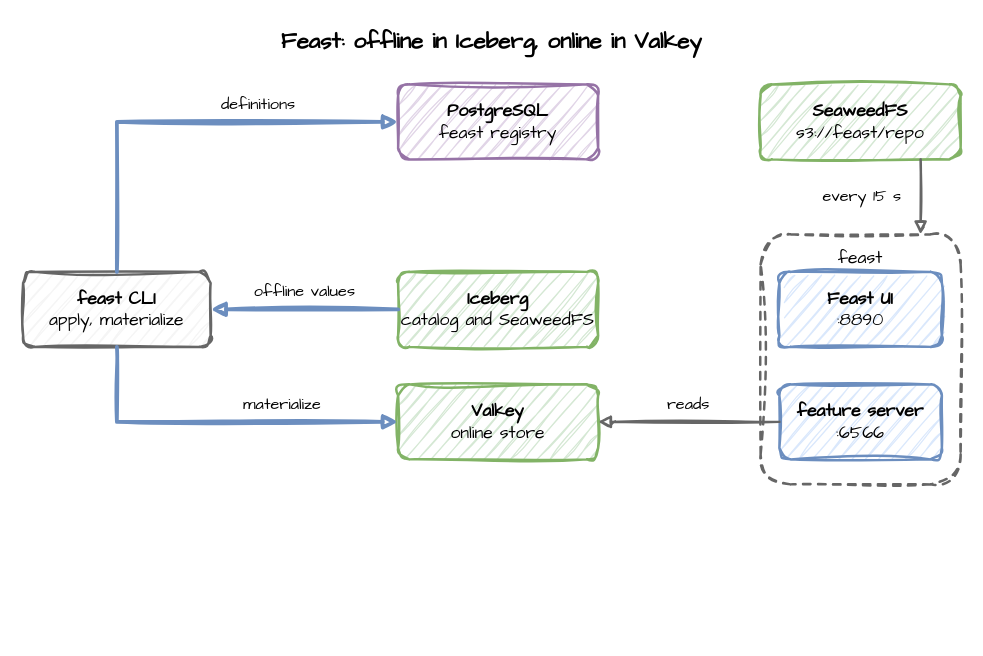
The draw.io diagram docs/assets/diagrams/path-feast.drawio in jaehyeon-kim/odctl, before the edit. Source tidied: cells renumbered, new cells numbered last; positions are measured from the earlier drawing's top-left corner, leaving out a move shared by most shapes. Both pictures are drawn from the tidied source at 125%, with x=0, y=0 at pixel (22, 21).
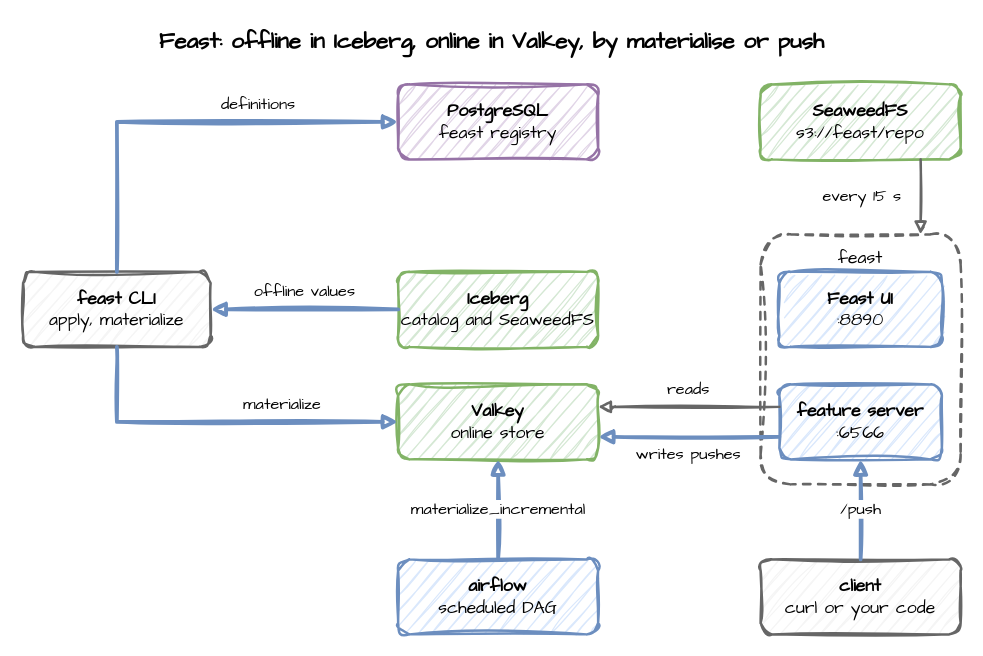
Above is the later version.

Unchanged cells that the change refers to:
```xml
<mxCell id="6" value="&lt;b&gt;Valkey&lt;/b&gt;&lt;br&gt;online store" style="rounded=1;whiteSpace=wrap;html=1;sketch=1;curveFitting=1;jiggle=2;fontFamily=Comic Sans MS;fontSize=14;strokeWidth=2;fillColor=#d5e8d4;strokeColor=#82b366;" parent="1" vertex="1">
  <mxGeometry x="300" y="290" width="160" height="60" as="geometry" />
</mxCell>
<mxCell id="10" value="&lt;b&gt;feature server&lt;/b&gt;&lt;br&gt;:6566" style="rounded=1;whiteSpace=wrap;html=1;sketch=1;curveFitting=1;jiggle=2;fontFamily=Comic Sans MS;fontSize=14;strokeWidth=2;fillColor=#dae8fc;strokeColor=#6c8ebf;" parent="1" vertex="1">
  <mxGeometry x="605" y="290" width="130" height="60" as="geometry" />
</mxCell>
```

Change to the diagram source:
```diff
@@
-    <mxCell id="2" value="Feast: offline in Iceberg, online in Valkey" style="text;html=1;align=center;verticalAlign=middle;whiteSpace=wrap;fontFamily=Comic Sans MS;fontSize=18;fontStyle=1;" parent="1" vertex="1">
+    <mxCell id="2" value="Feast: offline in Iceberg, online in Valkey, by materialise or push" style="text;html=1;align=center;verticalAlign=middle;whiteSpace=wrap;fontFamily=Comic Sans MS;fontSize=18;fontStyle=1;" parent="1" vertex="1">
       <mxGeometry width="750" height="30" as="geometry" />
     </mxCell>
@@
-    <mxCell id="15" value="reads" style="edgeStyle=orthogonalEdgeStyle;rounded=0;sketch=1;html=1;endArrow=block;fontFamily=Comic Sans MS;fontSize=13;labelBackgroundColor=#ffffff;strokeWidth=2;strokeColor=#666666;" parent="1" edge="1" source="10" target="6">
+    <mxCell id="15" value="reads" style="edgeStyle=orthogonalEdgeStyle;rounded=0;sketch=1;html=1;endArrow=block;fontFamily=Comic Sans MS;fontSize=13;labelBackgroundColor=#ffffff;strokeWidth=2;strokeColor=#666666;exitX=0;exitY=0.3;exitDx=0;exitDy=0;entryX=1;entryY=0.3;entryDx=0;entryDy=0;" parent="1" edge="1" source="10" target="6">
       <mxGeometry relative="1" as="geometry">
         <mxPoint y="-14" as="offset" />
       </mxGeometry>
     </mxCell>
+    <mxCell id="16" value="&lt;b&gt;client&lt;/b&gt;&lt;br&gt;curl or your code" style="rounded=1;whiteSpace=wrap;html=1;sketch=1;curveFitting=1;jiggle=2;fontFamily=Comic Sans MS;fontSize=14;strokeWidth=2;fillColor=#f5f5f5;strokeColor=#666666;" parent="1" vertex="1">
+      <mxGeometry x="590" y="430" width="160" height="60" as="geometry" />
+    </mxCell>
+    <mxCell id="17" value="/push" style="edgeStyle=orthogonalEdgeStyle;rounded=0;sketch=1;html=1;endArrow=block;fontFamily=Comic Sans MS;fontSize=13;labelBackgroundColor=#ffffff;strokeWidth=3;strokeColor=#6c8ebf;exitX=0.5;exitY=0;exitDx=0;exitDy=0;entryX=0.5;entryY=1;entryDx=0;entryDy=0;" parent="1" edge="1" source="16" target="10">
+      <mxGeometry relative="1" as="geometry" />
+    </mxCell>
+    <mxCell id="18" value="writes pushes" style="edgeStyle=orthogonalEdgeStyle;rounded=0;sketch=1;html=1;endArrow=block;fontFamily=Comic Sans MS;fontSize=13;labelBackgroundColor=#ffffff;strokeWidth=3;strokeColor=#6c8ebf;exitX=0;exitY=0.7;exitDx=0;exitDy=0;entryX=1;entryY=0.7;entryDx=0;entryDy=0;" parent="1" edge="1" source="10" target="6">
+      <mxGeometry relative="1" as="geometry">
+        <mxPoint y="14" as="offset" />
+      </mxGeometry>
+    </mxCell>
+    <mxCell id="19" value="&lt;b&gt;airflow&lt;/b&gt;&lt;br&gt;scheduled DAG" style="rounded=1;whiteSpace=wrap;html=1;sketch=1;curveFitting=1;jiggle=2;fontFamily=Comic Sans MS;fontSize=14;strokeWidth=2;fillColor=#dae8fc;strokeColor=#6c8ebf;" parent="1" vertex="1">
+      <mxGeometry x="300" y="430" width="160" height="60" as="geometry" />
+    </mxCell>
+    <mxCell id="20" value="materialize_incremental" style="edgeStyle=orthogonalEdgeStyle;rounded=0;sketch=1;html=1;endArrow=block;fontFamily=Comic Sans MS;fontSize=13;labelBackgroundColor=#ffffff;strokeWidth=3;strokeColor=#6c8ebf;exitX=0.5;exitY=0;exitDx=0;exitDy=0;entryX=0.5;entryY=1;entryDx=0;entryDy=0;" parent="1" edge="1" source="19" target="6">
+      <mxGeometry relative="1" as="geometry" />
+    </mxCell>
```
